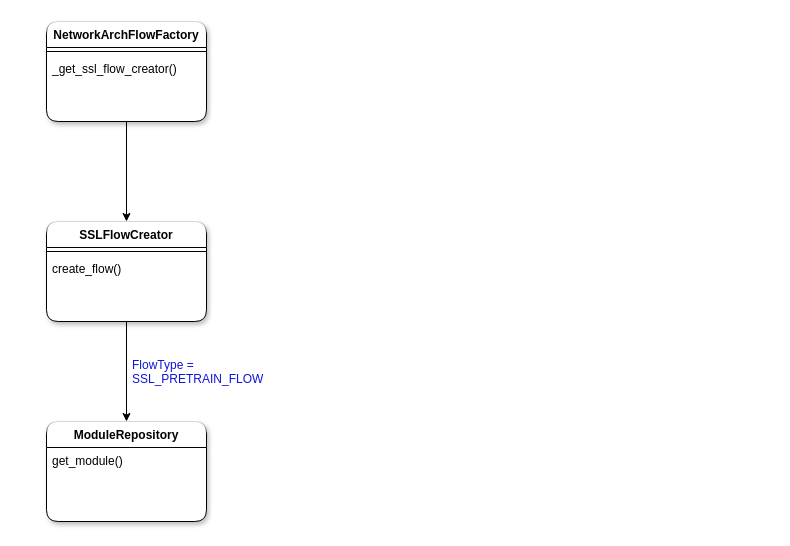
Above: Untitled Diagram.drawio in victoriamazo/victoriamazo.github.io (draw.io), before the change. Source tidied: cells renumbered, new cells numbered last; positions are measured from the earlier drawing's top-left corner, leaving out a move shared by most shapes. Both pictures are drawn from the tidied source at 100%, with x=0, y=0 at pixel (46, 21).
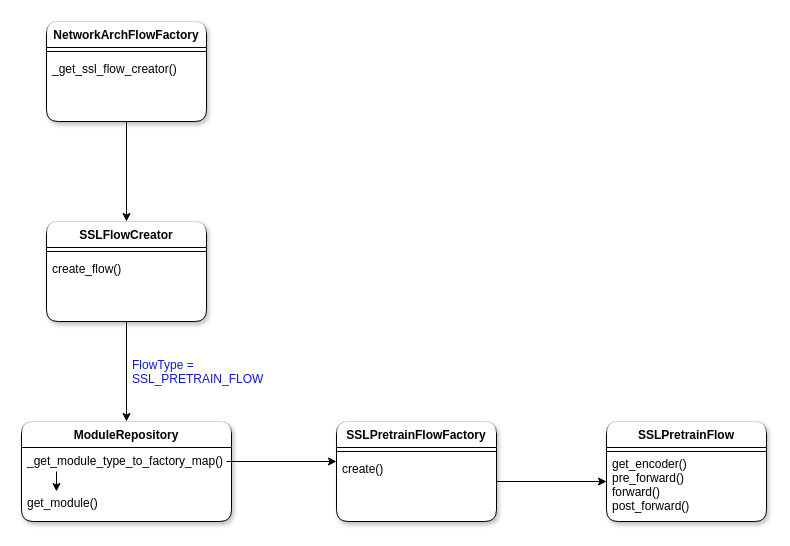
After the change.

Change to the diagram source:
```diff
@@
     <mxCell id="5" value="ModuleRepository" style="swimlane;fontStyle=1;align=center;verticalAlign=top;horizontal=1;startSize=26;rounded=1;shadow=1;strokeWidth=1;swimlaneFillColor=default;glass=1;" parent="1" vertex="1">
-      <mxGeometry y="400" width="160" height="100" as="geometry" />
+      <mxGeometry x="-25" y="400" width="210" height="100" as="geometry" />
     </mxCell>
+    <mxCell id="13" style="endArrow=classic;html=1;rounded=0;fontColor=#0f16d7;" parent="5" edge="1">
+      <mxGeometry relative="1" as="geometry">
+        <mxPoint x="35" y="50" as="sourcePoint" />
+        <mxPoint x="35" y="70" as="targetPoint" />
+        <Array as="points">
+          <mxPoint x="35" y="70" />
+        </Array>
+      </mxGeometry>
+    </mxCell>
-    <mxCell id="6" value="get_module()" style="text;align=left;verticalAlign=top;spacingLeft=4;spacingRight=4;overflow=hidden;" parent="5" vertex="1">
-      <mxGeometry y="26" width="160" height="26" as="geometry" />
+    <mxCell id="6" value="_get_module_type_to_factory_map()&#10;&#10;&#10;get_module()" style="text;align=left;verticalAlign=top;spacingLeft=4;spacingRight=4;overflow=hidden;" parent="5" vertex="1">
+      <mxGeometry y="26" width="210" height="64" as="geometry" />
     </mxCell>
@@
+    <mxCell id="14" value="SSLPretrainFlow" style="swimlane;fontStyle=1;align=center;verticalAlign=top;horizontal=1;startSize=26;rounded=1;shadow=1;strokeWidth=1;swimlaneFillColor=default;glass=1;" parent="1" vertex="1">
+      <mxGeometry x="560" y="400" width="160" height="100" as="geometry" />
+    </mxCell>
+    <mxCell id="15" style="line;html=1;strokeWidth=1;align=left;verticalAlign=middle;spacingTop=-1;spacingLeft=3;spacingRight=3;labelPosition=right;" parent="14" vertex="1">
+      <mxGeometry y="26" width="160" height="8" as="geometry" />
+    </mxCell>
+    <mxCell id="16" value="SSLPretrainFlowFactory" style="swimlane;fontStyle=1;align=center;verticalAlign=top;horizontal=1;startSize=26;rounded=1;shadow=1;strokeWidth=1;swimlaneFillColor=default;glass=1;" parent="1" vertex="1">
+      <mxGeometry x="290" y="400" width="160" height="100" as="geometry" />
+    </mxCell>
+    <mxCell id="17" style="line;html=1;strokeWidth=1;align=left;verticalAlign=middle;spacingTop=-1;spacingLeft=3;spacingRight=3;labelPosition=right;" parent="16" vertex="1">
+      <mxGeometry y="26" width="160" height="8" as="geometry" />
+    </mxCell>
+    <mxCell id="18" value="create()" style="text;align=left;verticalAlign=top;spacingLeft=4;spacingRight=4;overflow=hidden;points=[[0,0.5],[1,0.5]];portConstraint=eastwest;" parent="16" vertex="1">
+      <mxGeometry y="34" width="160" height="26" as="geometry" />
+    </mxCell>
+    <mxCell id="19" style="endArrow=classic;html=1;rounded=0;exitX=1;exitY=1;exitDx=0;exitDy=0;exitPerimeter=0;" parent="1" edge="1" source="18">
+      <mxGeometry x="-1" y="-166" relative="1" as="geometry">
+        <mxPoint x="560" y="460" as="targetPoint" />
+        <mxPoint x="26" y="-90" as="offset" />
+      </mxGeometry>
+    </mxCell>
+    <mxCell id="20" style="endArrow=classic;html=1;rounded=0;exitX=1;exitY=1;exitDx=0;exitDy=0;exitPerimeter=0;" parent="1" edge="1">
+      <mxGeometry x="-1" y="-166" relative="1" as="geometry">
+        <mxPoint x="180" y="440" as="sourcePoint" />
+        <mxPoint x="290" y="440" as="targetPoint" />
+        <mxPoint x="26" y="-90" as="offset" />
+      </mxGeometry>
+    </mxCell>
+    <mxCell id="21" value="get_encoder()&#10;pre_forward()&#10;forward()&#10;post_forward()" style="text;align=left;verticalAlign=top;spacingLeft=4;spacingRight=4;overflow=hidden;" parent="1" vertex="1">
+      <mxGeometry x="560" y="429" width="160" height="66" as="geometry" />
+    </mxCell>
```
